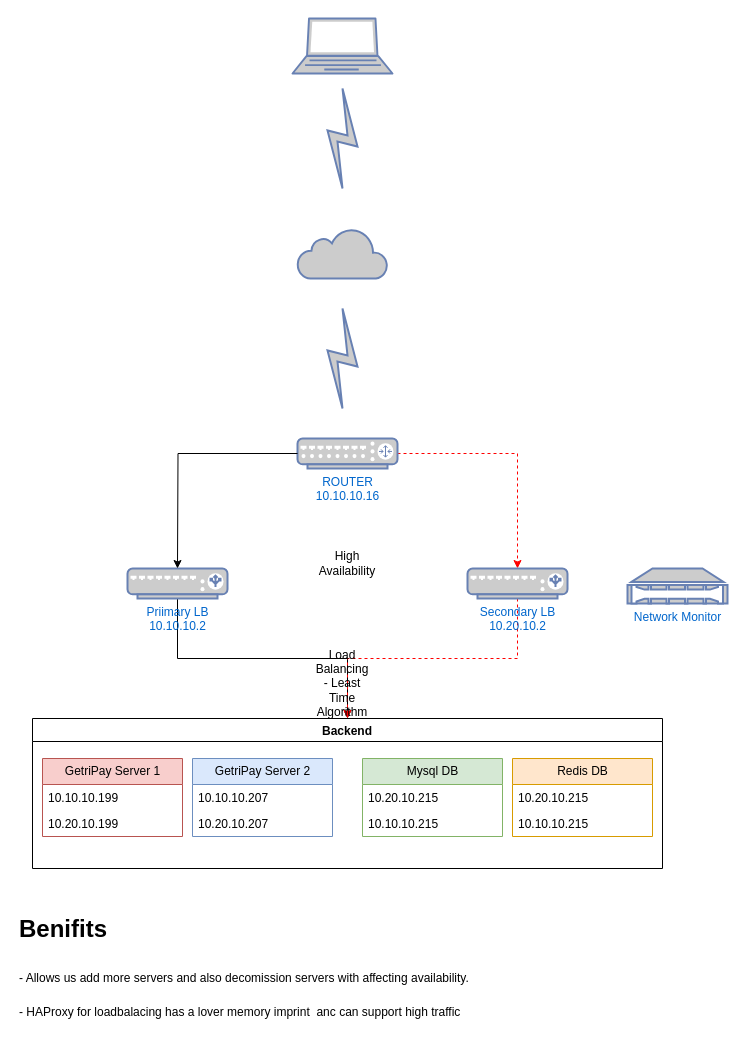
Earlier version of the draw.io diagram InfraRouting.drawio (babatundeodaniel/Dictionary). Source tidied: cells renumbered, new cells numbered last; positions are measured from the earlier drawing's top-left corner, leaving out a move shared by most shapes. Both pictures are drawn from the tidied source at 100%, with x=0, y=0 at pixel (17, 18).
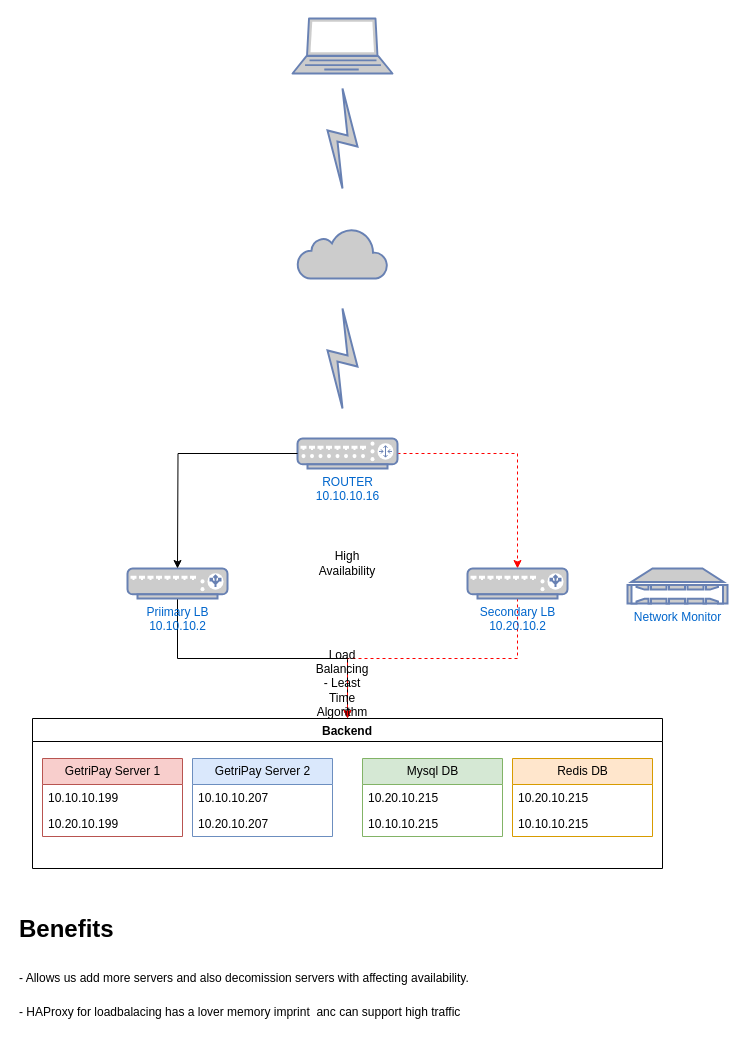
The same page after the edit.

What changed in the source:
```diff
@@
-    <mxCell id="28" value="&lt;h1 style=&quot;margin-top: 0px;&quot;&gt;&lt;span style=&quot;background-color: initial;&quot;&gt;Benifits&lt;/span&gt;&lt;/h1&gt;&lt;h1 style=&quot;margin-top: 0px;&quot;&gt;&lt;span style=&quot;background-color: initial; font-size: 12px; font-weight: normal;&quot;&gt;- Allows us add more servers and also decomission servers with affecting availability.&lt;/span&gt;&lt;/h1&gt;&lt;div&gt;&lt;span style=&quot;background-color: initial; font-size: 12px; font-weight: normal;&quot;&gt;- HAProxy for loadbalacing has a lover memory imprint&amp;nbsp; anc can support high traffic&lt;/span&gt;&lt;/div&gt;" style="text;html=1;whiteSpace=wrap;overflow=hidden;rounded=0;" parent="1" vertex="1">
+    <mxCell id="28" value="&lt;h1 style=&quot;margin-top: 0px;&quot;&gt;&lt;span style=&quot;background-color: initial;&quot;&gt;Benefits&lt;/span&gt;&lt;/h1&gt;&lt;h1 style=&quot;margin-top: 0px;&quot;&gt;&lt;span style=&quot;background-color: initial; font-size: 12px; font-weight: normal;&quot;&gt;- Allows us add more servers and also decomission servers with affecting availability.&lt;/span&gt;&lt;/h1&gt;&lt;div&gt;&lt;span style=&quot;background-color: initial; font-size: 12px; font-weight: normal;&quot;&gt;- HAProxy for loadbalacing has a lover memory imprint&amp;nbsp; anc can support high traffic&lt;/span&gt;&lt;/div&gt;" style="text;html=1;whiteSpace=wrap;overflow=hidden;rounded=0;" parent="1" vertex="1">
       <mxGeometry y="890" width="470" height="120" as="geometry" />
     </mxCell>
```
